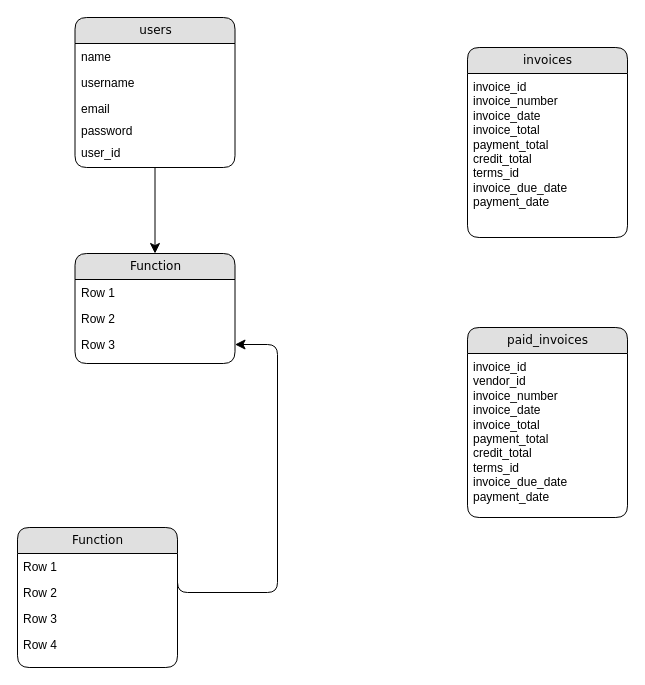
The draw.io diagram data flow.drawio in WilsonCruzz/system-design, before the edit. Source tidied: cells renumbered, new cells numbered last; positions are measured from the earlier drawing's top-left corner, leaving out a move shared by most shapes. Both pictures are drawn from the tidied source at 100%, with x=0, y=0 at pixel (17, 17).
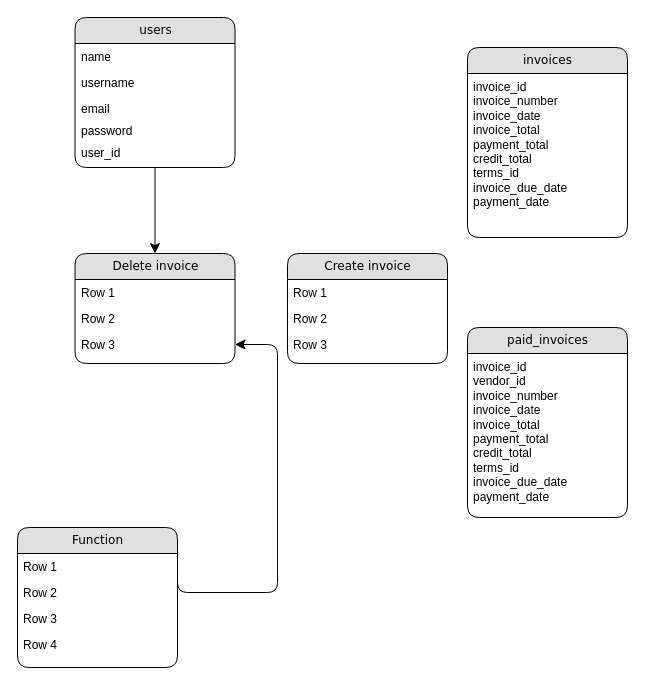
After the change.

Change to the diagram source:
```diff
@@
-    <mxCell id="10" value="Function" style="swimlane;html=1;fontStyle=0;horizontal=1;startSize=26;fillColor=#e0e0e0;swimlaneFillColor=#ffffff;align=center;rounded=1;shadow=0;comic=0;labelBackgroundColor=none;strokeWidth=1;fontFamily=Verdana;fontSize=12;" parent="1" vertex="1">
+    <mxCell id="10" value="Delete invoice" style="swimlane;html=1;fontStyle=0;horizontal=1;startSize=26;fillColor=#e0e0e0;swimlaneFillColor=#ffffff;align=center;rounded=1;shadow=0;comic=0;labelBackgroundColor=none;strokeWidth=1;fontFamily=Verdana;fontSize=12;" parent="1" vertex="1">
       <mxGeometry x="57.5" y="236" width="160" height="110" as="geometry" />
     </mxCell>
@@
+    <mxCell id="23" value="Create invoice" style="swimlane;html=1;fontStyle=0;horizontal=1;startSize=26;fillColor=#e0e0e0;swimlaneFillColor=#ffffff;align=center;rounded=1;shadow=0;comic=0;labelBackgroundColor=none;strokeWidth=1;fontFamily=Verdana;fontSize=12;" parent="1" vertex="1">
+      <mxGeometry x="270" y="236" width="160" height="110" as="geometry" />
+    </mxCell>
+    <mxCell id="24" value="Row 1" style="text;html=1;strokeColor=none;fillColor=none;spacingLeft=4;spacingRight=4;whiteSpace=wrap;overflow=hidden;" parent="23" vertex="1">
+      <mxGeometry y="26" width="160" height="26" as="geometry" />
+    </mxCell>
+    <mxCell id="25" value="Row 2" style="text;html=1;strokeColor=none;fillColor=none;spacingLeft=4;spacingRight=4;whiteSpace=wrap;overflow=hidden;" parent="23" vertex="1">
+      <mxGeometry y="52" width="160" height="26" as="geometry" />
+    </mxCell>
+    <mxCell id="26" value="Row 3" style="text;html=1;strokeColor=none;fillColor=none;spacingLeft=4;spacingRight=4;whiteSpace=wrap;overflow=hidden;" parent="23" vertex="1">
+      <mxGeometry y="78" width="160" height="26" as="geometry" />
+    </mxCell>
```
